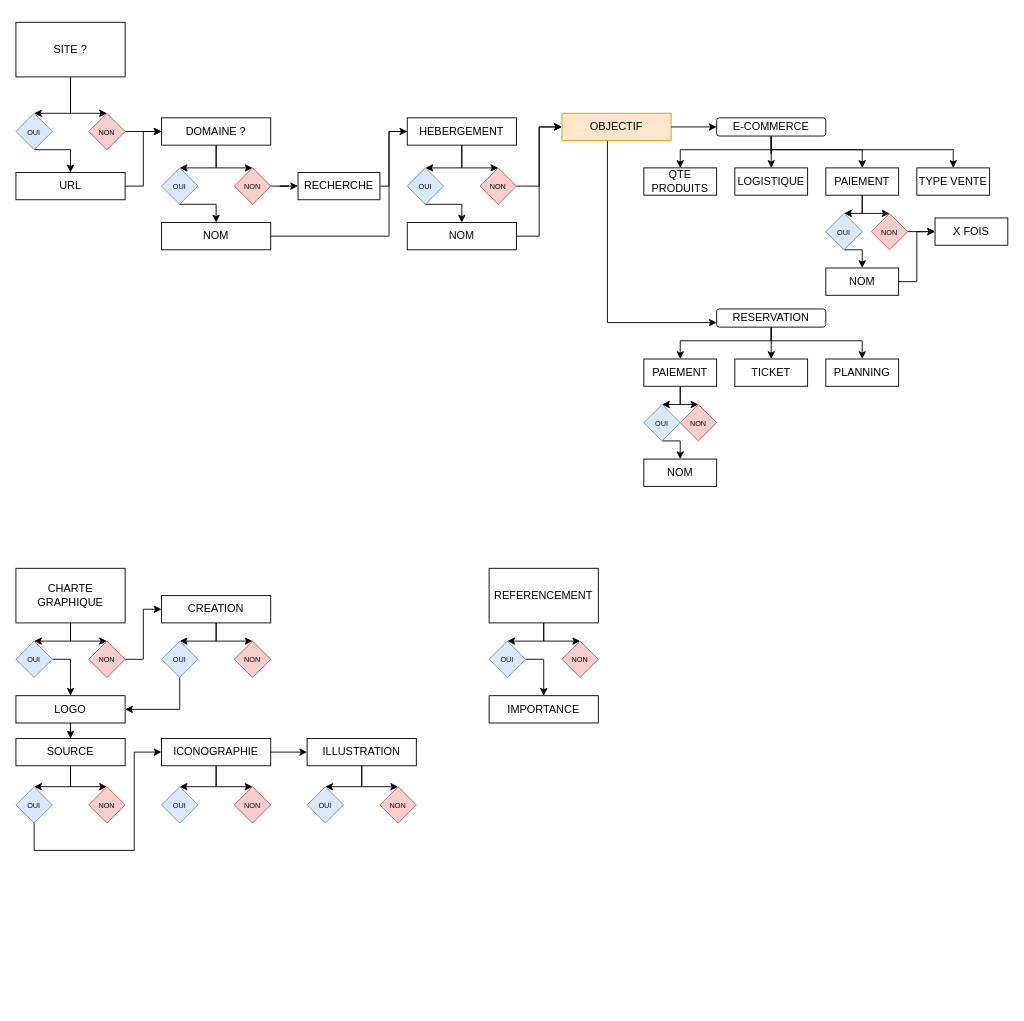
This is Webcharte.drawio from webcharte/webcharte, a draw.io file, before an edit. Source tidied: cells renumbered, new cells numbered last; positions are measured from the earlier drawing's top-left corner, leaving out a move shared by most shapes. Both pictures are drawn from the tidied source at 91%, with x=0, y=0 at pixel (15, 22).
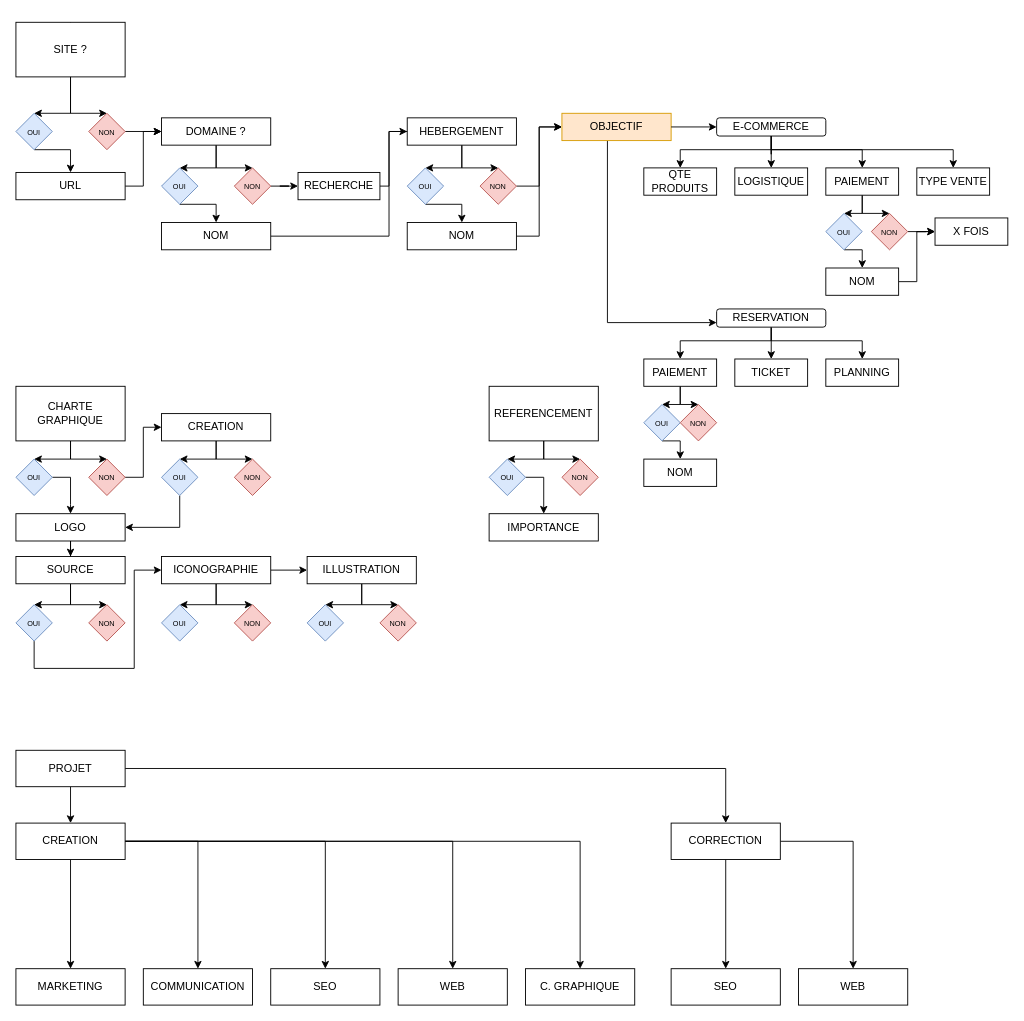
The same page after the edit.

Commit message:
Mettre à jour Webcharte.drawio

Diff of the diagram source:
```diff
@@
     <mxCell id="67" value="CHARTE GRAPHIQUE" style="rounded=0;whiteSpace=wrap;html=1;direction=west;" parent="1" vertex="1">
-      <mxGeometry y="600" width="120" height="60" as="geometry" />
+      <mxGeometry y="400" width="120" height="60" as="geometry" />
     </mxCell>
     <mxCell id="68" style="edgeStyle=orthogonalEdgeStyle;rounded=0;jettySize=auto;html=1;" parent="1" edge="1" source="69" target="73">
       <mxGeometry relative="1" as="geometry">
         <Array as="points">
-          <mxPoint x="60" y="730" />
-          <mxPoint x="60" y="730" />
+          <mxPoint x="60" y="530" />
+          <mxPoint x="60" y="530" />
         </Array>
       </mxGeometry>
     </mxCell>
     <mxCell id="69" value="&lt;font style=&quot;font-size: 8px&quot;&gt;OUI&lt;/font&gt;" style="rhombus;whiteSpace=wrap;html=1;fillColor=#dae8fc;strokeColor=#6c8ebf;" parent="1" vertex="1">
-      <mxGeometry y="680" width="40" height="40" as="geometry" />
+      <mxGeometry y="480" width="40" height="40" as="geometry" />
     </mxCell>
@@
     <mxCell id="71" value="&lt;font style=&quot;font-size: 8px&quot;&gt;NON&lt;/font&gt;" style="rhombus;whiteSpace=wrap;html=1;fillColor=#f8cecc;strokeColor=#b85450;" parent="1" vertex="1">
-      <mxGeometry x="80" y="680" width="40" height="40" as="geometry" />
+      <mxGeometry x="80" y="480" width="40" height="40" as="geometry" />
     </mxCell>
@@
     <mxCell id="73" value="LOGO" style="rounded=0;whiteSpace=wrap;html=1;" parent="1" vertex="1">
-      <mxGeometry y="740" width="120" height="30" as="geometry" />
+      <mxGeometry y="540" width="120" height="30" as="geometry" />
     </mxCell>
     <mxCell id="74" style="edgeStyle=orthogonalEdgeStyle;rounded=0;jettySize=auto;html=1;entryX=0.5;entryY=0;entryDx=0;entryDy=0;" parent="1" edge="1" source="76" target="78">
       <mxGeometry relative="1" as="geometry">
         <Array as="points">
-          <mxPoint x="60" y="840" />
+          <mxPoint x="60" y="640" />
         </Array>
       </mxGeometry>
     </mxCell>
     <mxCell id="75" style="edgeStyle=orthogonalEdgeStyle;rounded=0;jettySize=auto;html=1;entryX=0.5;entryY=0;entryDx=0;entryDy=0;" parent="1" edge="1" source="76" target="79">
       <mxGeometry relative="1" as="geometry">
         <Array as="points">
-          <mxPoint x="60" y="840" />
+          <mxPoint x="60" y="640" />
         </Array>
       </mxGeometry>
     </mxCell>
     <mxCell id="76" value="SOURCE" style="rounded=0;whiteSpace=wrap;html=1;" parent="1" vertex="1">
-      <mxGeometry y="787" width="120" height="30" as="geometry" />
+      <mxGeometry y="587" width="120" height="30" as="geometry" />
     </mxCell>
     <mxCell id="77" style="edgeStyle=orthogonalEdgeStyle;rounded=0;jettySize=auto;html=1;entryX=0;entryY=0.5;entryDx=0;entryDy=0;" parent="1" edge="1" source="78" target="83">
       <mxGeometry relative="1" as="geometry">
         <Array as="points">
-          <mxPoint x="20" y="910" />
-          <mxPoint x="130" y="910" />
-          <mxPoint x="130" y="802" />
+          <mxPoint x="20" y="710" />
+          <mxPoint x="130" y="710" />
+          <mxPoint x="130" y="602" />
         </Array>
       </mxGeometry>
     </mxCell>
     <mxCell id="78" value="&lt;font style=&quot;font-size: 8px&quot;&gt;OUI&lt;/font&gt;" style="rhombus;whiteSpace=wrap;html=1;fillColor=#dae8fc;strokeColor=#6c8ebf;" parent="1" vertex="1">
-      <mxGeometry y="840" width="40" height="40" as="geometry" />
+      <mxGeometry y="640" width="40" height="40" as="geometry" />
     </mxCell>
     <mxCell id="79" value="&lt;font style=&quot;font-size: 8px&quot;&gt;NON&lt;/font&gt;" style="rhombus;whiteSpace=wrap;html=1;fillColor=#f8cecc;strokeColor=#b85450;" parent="1" vertex="1">
-      <mxGeometry x="80" y="840" width="40" height="40" as="geometry" />
+      <mxGeometry x="80" y="640" width="40" height="40" as="geometry" />
     </mxCell>
     <mxCell id="80" style="edgeStyle=orthogonalEdgeStyle;rounded=0;jettySize=auto;html=1;entryX=0.5;entryY=0;entryDx=0;entryDy=0;" parent="1" edge="1" source="83" target="84">
       <mxGeometry relative="1" as="geometry">
         <Array as="points">
-          <mxPoint x="220" y="840" />
+          <mxPoint x="220" y="640" />
         </Array>
       </mxGeometry>
     </mxCell>
     <mxCell id="81" style="edgeStyle=orthogonalEdgeStyle;rounded=0;jettySize=auto;html=1;" parent="1" edge="1" source="83" target="85">
       <mxGeometry relative="1" as="geometry">
         <Array as="points">
-          <mxPoint x="220" y="840" />
+          <mxPoint x="220" y="640" />
         </Array>
       </mxGeometry>
     </mxCell>
@@
     <mxCell id="83" value="ICONOGRAPHIE" style="rounded=0;whiteSpace=wrap;html=1;" parent="1" vertex="1">
-      <mxGeometry x="160" y="787" width="120" height="30" as="geometry" />
+      <mxGeometry x="160" y="587" width="120" height="30" as="geometry" />
     </mxCell>
     <mxCell id="84" value="&lt;font style=&quot;font-size: 8px&quot;&gt;OUI&lt;/font&gt;" style="rhombus;whiteSpace=wrap;html=1;fillColor=#dae8fc;strokeColor=#6c8ebf;" parent="1" vertex="1">
-      <mxGeometry x="160" y="840" width="40" height="40" as="geometry" />
+      <mxGeometry x="160" y="640" width="40" height="40" as="geometry" />
     </mxCell>
     <mxCell id="85" value="&lt;font style=&quot;font-size: 8px&quot;&gt;NON&lt;/font&gt;" style="rhombus;whiteSpace=wrap;html=1;fillColor=#f8cecc;strokeColor=#b85450;" parent="1" vertex="1">
-      <mxGeometry x="240" y="840" width="40" height="40" as="geometry" />
+      <mxGeometry x="240" y="640" width="40" height="40" as="geometry" />
     </mxCell>
     <mxCell id="86" style="edgeStyle=orthogonalEdgeStyle;rounded=0;jettySize=auto;html=1;" parent="1" edge="1" source="88" target="89">
       <mxGeometry relative="1" as="geometry">
         <Array as="points">
-          <mxPoint x="380" y="840" />
+          <mxPoint x="380" y="640" />
         </Array>
       </mxGeometry>
     </mxCell>
     <mxCell id="87" style="edgeStyle=orthogonalEdgeStyle;rounded=0;jettySize=auto;html=1;" parent="1" edge="1" source="88" target="90">
       <mxGeometry relative="1" as="geometry">
         <Array as="points">
-          <mxPoint x="380" y="840" />
+          <mxPoint x="380" y="640" />
         </Array>
       </mxGeometry>
     </mxCell>
     <mxCell id="88" value="ILLUSTRATION" style="rounded=0;whiteSpace=wrap;html=1;" parent="1" vertex="1">
-      <mxGeometry x="320" y="787" width="120" height="30" as="geometry" />
+      <mxGeometry x="320" y="587" width="120" height="30" as="geometry" />
     </mxCell>
     <mxCell id="89" value="&lt;font style=&quot;font-size: 8px&quot;&gt;OUI&lt;/font&gt;" style="rhombus;whiteSpace=wrap;html=1;fillColor=#dae8fc;strokeColor=#6c8ebf;" parent="1" vertex="1">
-      <mxGeometry x="320" y="840" width="40" height="40" as="geometry" />
+      <mxGeometry x="320" y="640" width="40" height="40" as="geometry" />
     </mxCell>
     <mxCell id="90" value="&lt;font style=&quot;font-size: 8px&quot;&gt;NON&lt;/font&gt;" style="rhombus;whiteSpace=wrap;html=1;fillColor=#f8cecc;strokeColor=#b85450;" parent="1" vertex="1">
-      <mxGeometry x="400" y="840" width="40" height="40" as="geometry" />
+      <mxGeometry x="400" y="640" width="40" height="40" as="geometry" />
     </mxCell>
@@
     <mxCell id="93" value="CREATION" style="rounded=0;whiteSpace=wrap;html=1;" parent="1" vertex="1">
-      <mxGeometry x="160" y="630" width="120" height="30" as="geometry" />
+      <mxGeometry x="160" y="430" width="120" height="30" as="geometry" />
     </mxCell>
     <mxCell id="94" style="edgeStyle=orthogonalEdgeStyle;rounded=0;jettySize=auto;html=1;entryX=1;entryY=0.5;entryDx=0;entryDy=0;" parent="1" edge="1" source="95" target="73">
       <mxGeometry relative="1" as="geometry">
         <Array as="points">
-          <mxPoint x="180" y="755" />
+          <mxPoint x="180" y="555" />
         </Array>
       </mxGeometry>
     </mxCell>
     <mxCell id="95" value="&lt;font style=&quot;font-size: 8px&quot;&gt;OUI&lt;/font&gt;" style="rhombus;whiteSpace=wrap;html=1;fillColor=#dae8fc;strokeColor=#6c8ebf;" parent="1" vertex="1">
-      <mxGeometry x="160" y="680" width="40" height="40" as="geometry" />
+      <mxGeometry x="160" y="480" width="40" height="40" as="geometry" />
     </mxCell>
     <mxCell id="96" value="&lt;font style=&quot;font-size: 8px&quot;&gt;NON&lt;/font&gt;" style="rhombus;whiteSpace=wrap;html=1;fillColor=#f8cecc;strokeColor=#b85450;" parent="1" vertex="1">
-      <mxGeometry x="240" y="680" width="40" height="40" as="geometry" />
+      <mxGeometry x="240" y="480" width="40" height="40" as="geometry" />
     </mxCell>
@@
     <mxCell id="99" value="REFERENCEMENT" style="rounded=0;whiteSpace=wrap;html=1;direction=west;" parent="1" vertex="1">
-      <mxGeometry x="520" y="600" width="120" height="60" as="geometry" />
+      <mxGeometry x="520" y="400" width="120" height="60" as="geometry" />
     </mxCell>
     <mxCell id="100" style="edgeStyle=orthogonalEdgeStyle;rounded=0;jettySize=auto;html=1;entryX=0.5;entryY=0;entryDx=0;entryDy=0;" parent="1" edge="1" source="101" target="103">
       <mxGeometry relative="1" as="geometry">
         <Array as="points">
-          <mxPoint x="580" y="700" />
+          <mxPoint x="580" y="500" />
         </Array>
       </mxGeometry>
     </mxCell>
     <mxCell id="101" value="&lt;font style=&quot;font-size: 8px&quot;&gt;OUI&lt;/font&gt;" style="rhombus;whiteSpace=wrap;html=1;fillColor=#dae8fc;strokeColor=#6c8ebf;" parent="1" vertex="1">
-      <mxGeometry x="520" y="680" width="40" height="40" as="geometry" />
+      <mxGeometry x="520" y="480" width="40" height="40" as="geometry" />
     </mxCell>
     <mxCell id="102" value="&lt;font style=&quot;font-size: 8px&quot;&gt;NON&lt;/font&gt;" style="rhombus;whiteSpace=wrap;html=1;fillColor=#f8cecc;strokeColor=#b85450;" parent="1" vertex="1">
-      <mxGeometry x="600" y="680" width="40" height="40" as="geometry" />
+      <mxGeometry x="600" y="480" width="40" height="40" as="geometry" />
     </mxCell>
     <mxCell id="103" value="IMPORTANCE" style="rounded=0;whiteSpace=wrap;html=1;" parent="1" vertex="1">
-      <mxGeometry x="520" y="740" width="120" height="30" as="geometry" />
+      <mxGeometry x="520" y="540" width="120" height="30" as="geometry" />
     </mxCell>
+    <mxCell id="104" style="edgeStyle=orthogonalEdgeStyle;rounded=0;jettySize=auto;html=1;entryX=0.5;entryY=0;entryDx=0;entryDy=0;" parent="1" edge="1" source="106" target="113">
+      <mxGeometry relative="1" as="geometry" />
+    </mxCell>
+    <mxCell id="105" style="edgeStyle=orthogonalEdgeStyle;rounded=0;jettySize=auto;html=1;entryX=0.5;entryY=0;entryDx=0;entryDy=0;" parent="1" edge="1" source="106" target="116">
+      <mxGeometry relative="1" as="geometry" />
+    </mxCell>
+    <mxCell id="106" value="PROJET" style="rounded=0;whiteSpace=wrap;html=1;" parent="1" vertex="1">
+      <mxGeometry y="800" width="120" height="40" as="geometry" />
+    </mxCell>
+    <mxCell id="107" value="WEB" style="rounded=0;whiteSpace=wrap;html=1;" parent="1" vertex="1">
+      <mxGeometry x="420" y="1040" width="120" height="40" as="geometry" />
+    </mxCell>
+    <mxCell id="108" style="edgeStyle=orthogonalEdgeStyle;rounded=0;jettySize=auto;html=1;entryX=0.5;entryY=0;entryDx=0;entryDy=0;" parent="1" edge="1" source="113" target="120">
+      <mxGeometry relative="1" as="geometry" />
+    </mxCell>
+    <mxCell id="109" style="edgeStyle=orthogonalEdgeStyle;rounded=0;jettySize=auto;html=1;entryX=0.5;entryY=0;entryDx=0;entryDy=0;" parent="1" edge="1" source="113" target="107">
+      <mxGeometry relative="1" as="geometry" />
+    </mxCell>
+    <mxCell id="110" style="edgeStyle=orthogonalEdgeStyle;rounded=0;jettySize=auto;html=1;entryX=0.5;entryY=0;entryDx=0;entryDy=0;" parent="1" edge="1" source="113" target="121">
+      <mxGeometry relative="1" as="geometry" />
+    </mxCell>
+    <mxCell id="111" style="edgeStyle=orthogonalEdgeStyle;rounded=0;jettySize=auto;html=1;" parent="1" edge="1" source="113" target="122">
+      <mxGeometry relative="1" as="geometry" />
+    </mxCell>
+    <mxCell id="112" style="edgeStyle=orthogonalEdgeStyle;rounded=0;jettySize=auto;html=1;" parent="1" edge="1" source="113" target="117">
+      <mxGeometry relative="1" as="geometry" />
+    </mxCell>
+    <mxCell id="113" value="CREATION" style="rounded=0;whiteSpace=wrap;html=1;" parent="1" vertex="1">
+      <mxGeometry y="880" width="120" height="40" as="geometry" />
+    </mxCell>
+    <mxCell id="114" style="edgeStyle=orthogonalEdgeStyle;rounded=0;jettySize=auto;html=1;entryX=0.5;entryY=0;entryDx=0;entryDy=0;" parent="1" edge="1" source="116" target="119">
+      <mxGeometry relative="1" as="geometry" />
+    </mxCell>
+    <mxCell id="115" style="edgeStyle=orthogonalEdgeStyle;rounded=0;jettySize=auto;html=1;entryX=0.5;entryY=0;entryDx=0;entryDy=0;" parent="1" edge="1" source="116" target="118">
+      <mxGeometry relative="1" as="geometry" />
+    </mxCell>
+    <mxCell id="116" value="CORRECTION" style="rounded=0;whiteSpace=wrap;html=1;" parent="1" vertex="1">
+      <mxGeometry x="720" y="880" width="120" height="40" as="geometry" />
+    </mxCell>
+    <mxCell id="117" value="COMMUNICATION" style="rounded=0;whiteSpace=wrap;html=1;" parent="1" vertex="1">
+      <mxGeometry x="140" y="1040" width="120" height="40" as="geometry" />
+    </mxCell>
+    <mxCell id="118" value="SEO" style="rounded=0;whiteSpace=wrap;html=1;" parent="1" vertex="1">
+      <mxGeometry x="720" y="1040" width="120" height="40" as="geometry" />
+    </mxCell>
+    <mxCell id="119" value="WEB" style="rounded=0;whiteSpace=wrap;html=1;" parent="1" vertex="1">
+      <mxGeometry x="860" y="1040" width="120" height="40" as="geometry" />
+    </mxCell>
+    <mxCell id="120" value="SEO" style="rounded=0;whiteSpace=wrap;html=1;" parent="1" vertex="1">
+      <mxGeometry x="280" y="1040" width="120" height="40" as="geometry" />
+    </mxCell>
+    <mxCell id="121" value="C. GRAPHIQUE" style="rounded=0;whiteSpace=wrap;html=1;" parent="1" vertex="1">
+      <mxGeometry x="560" y="1040" width="120" height="40" as="geometry" />
+    </mxCell>
+    <mxCell id="122" value="MARKETING" style="rounded=0;whiteSpace=wrap;html=1;" parent="1" vertex="1">
+      <mxGeometry y="1040" width="120" height="40" as="geometry" />
+    </mxCell>
```
